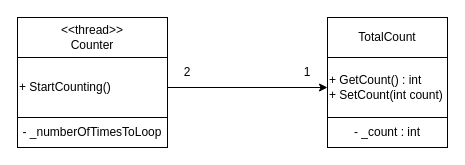
Above: 05 Thread Synchronization 1/diagrams.drawio in codesmurf/st3its3_teaching (draw.io), before the change. Source tidied: cells renumbered, new cells numbered last; positions are measured from the earlier drawing's top-left corner, leaving out a move shared by most shapes. Both pictures are drawn from the tidied source at 100%, with x=0, y=0 at pixel (17, 17).
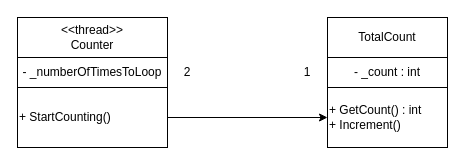
The same diagram, later.

Commit message (it also covers changes not shown here):
Update diagrams, exercse and slides

Change to the diagram source:
```diff
@@
 <mxGraphModel>
   <root>
     <mxCell id="0" />
     <mxCell id="1" parent="0" />
     <mxCell id="2" value="TotalCount" style="rounded=0;whiteSpace=wrap;html=1;" parent="1" vertex="1">
       <mxGeometry x="310" width="120" height="40" as="geometry" />
     </mxCell>
-    <mxCell id="3" value="+ GetCount() : int&lt;div&gt;+ SetCount(int count)&lt;/div&gt;" style="rounded=0;whiteSpace=wrap;html=1;align=left;" parent="1" vertex="1">
-      <mxGeometry x="310" y="40" width="120" height="60" as="geometry" />
+    <mxCell id="3" value="+ GetCount() : int&lt;div&gt;+ Increment()&lt;/div&gt;" style="rounded=0;whiteSpace=wrap;html=1;align=left;" parent="1" vertex="1">
+      <mxGeometry x="310" y="70" width="120" height="60" as="geometry" />
     </mxCell>
     <mxCell id="4" value="- _count : int" style="rounded=0;whiteSpace=wrap;html=1;" parent="1" vertex="1">
-      <mxGeometry x="310" y="100" width="120" height="30" as="geometry" />
+      <mxGeometry x="310" y="40" width="120" height="30" as="geometry" />
     </mxCell>
     <mxCell id="5" value="&amp;lt;&amp;lt;thread&amp;gt;&amp;gt;&lt;div&gt;Counter&lt;/div&gt;" style="rounded=0;whiteSpace=wrap;html=1;" parent="1" vertex="1">
       <mxGeometry width="150" height="40" as="geometry" />
     </mxCell>
     <mxCell id="6" value="+ StartCounting()" style="rounded=0;whiteSpace=wrap;html=1;align=left;" parent="1" vertex="1">
-      <mxGeometry y="40" width="150" height="60" as="geometry" />
+      <mxGeometry y="70" width="150" height="60" as="geometry" />
     </mxCell>
     <mxCell id="7" value="- _numberOfTimesToLoop" style="rounded=0;whiteSpace=wrap;html=1;" parent="1" vertex="1">
-      <mxGeometry y="100" width="150" height="30" as="geometry" />
+      <mxGeometry y="40" width="150" height="30" as="geometry" />
     </mxCell>
     <mxCell id="8" style="endArrow=classic;html=1;rounded=0;exitX=1;exitY=0.5;exitDx=0;exitDy=0;entryX=0;entryY=0.5;entryDx=0;entryDy=0;" parent="1" edge="1" source="6" target="3">
       <mxGeometry relative="1" as="geometry" />
     </mxCell>
     <mxCell id="9" value="2" style="text;html=1;align=center;verticalAlign=middle;whiteSpace=wrap;rounded=0;" parent="1" vertex="1">
       <mxGeometry x="140" y="40" width="60" height="30" as="geometry" />
     </mxCell>
     <mxCell id="10" value="1" style="text;html=1;align=center;verticalAlign=middle;whiteSpace=wrap;rounded=0;" parent="1" vertex="1">
       <mxGeometry x="260" y="40" width="60" height="30" as="geometry" />
     </mxCell>
   </root>
 </mxGraphModel>
```
